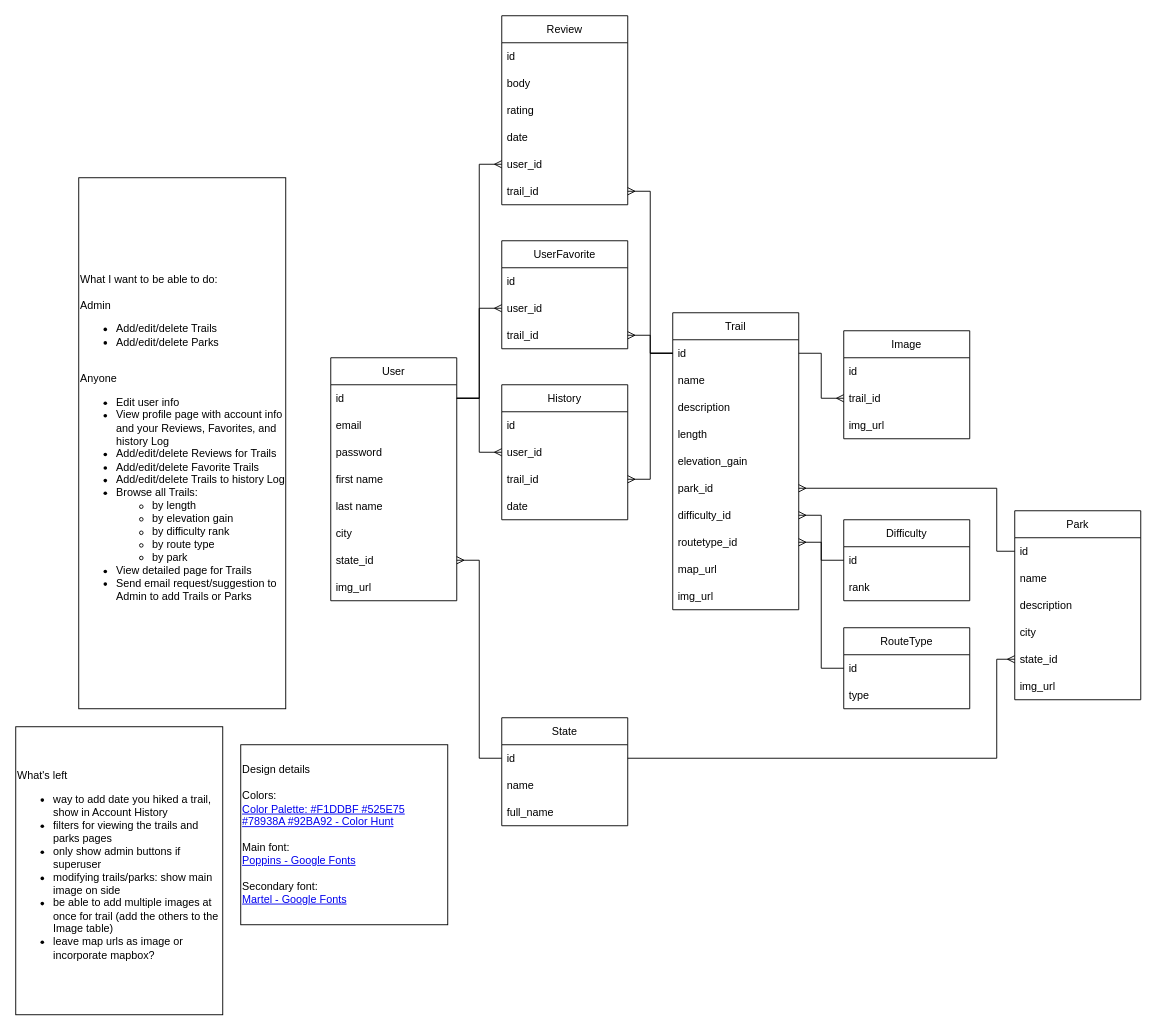
This is planning/HikingVentures Brainstorming.drawio from gdbecker/HikingVentures, a draw.io file, before an edit. Source tidied: cells renumbered, new cells numbered last; positions are measured from the earlier drawing's top-left corner, leaving out a move shared by most shapes. Both pictures are drawn from the tidied source at 90%, with x=0, y=0 at pixel (15, 15).
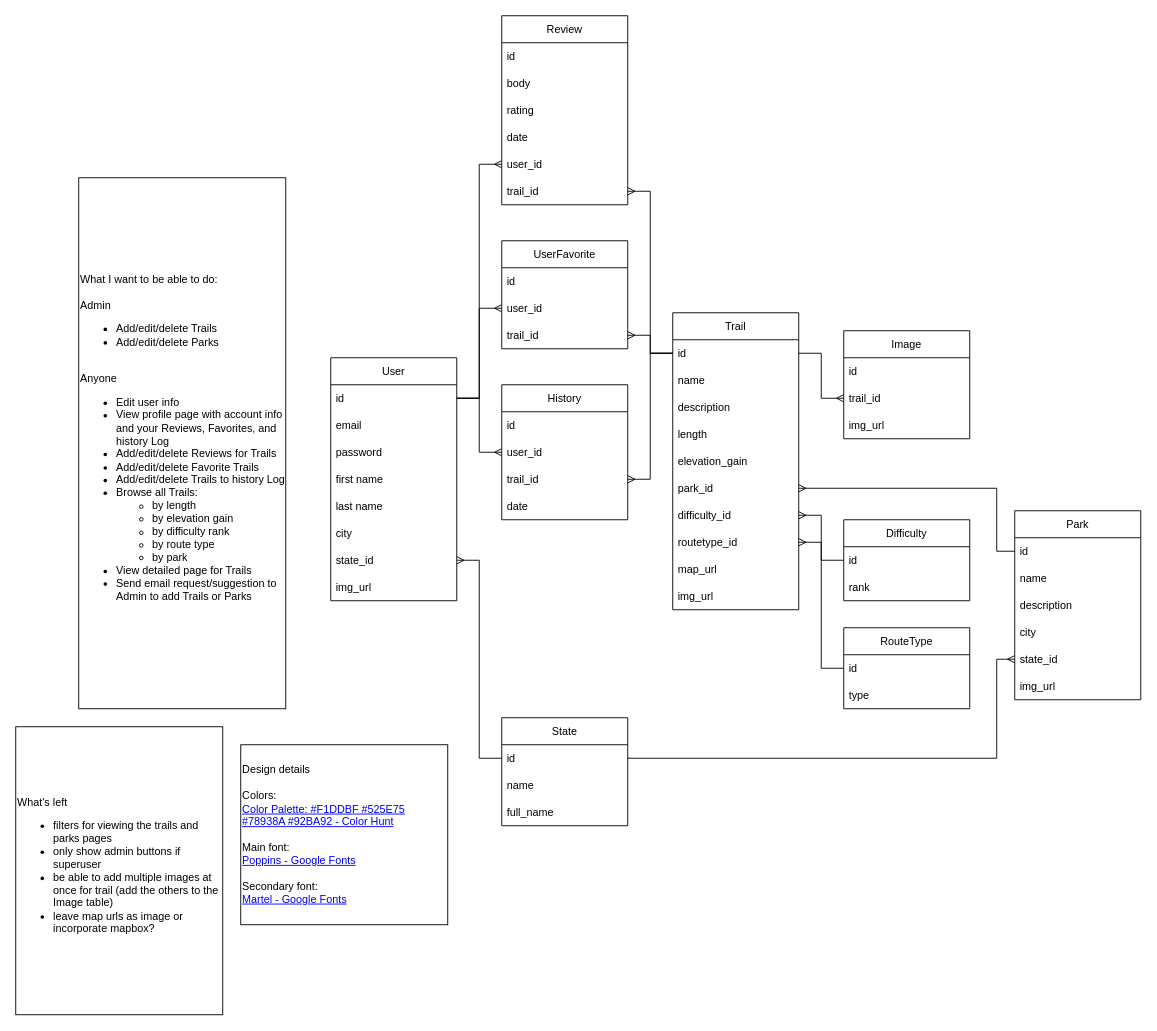
Above is the later version.

Diff of the diagram source:
```diff
@@
-    <mxCell id="73" value="What's left&lt;br&gt;&lt;ul&gt;&lt;li&gt;way to add date you hiked a trail, show in Account History&lt;/li&gt;&lt;li&gt;filters for viewing the trails and parks pages&lt;/li&gt;&lt;li&gt;only show admin buttons if superuser&lt;/li&gt;&lt;li&gt;modifying trails/parks: show main image on side&lt;/li&gt;&lt;li&gt;be able to add multiple images at once for trail (add the others to the Image table)&lt;/li&gt;&lt;li&gt;leave map urls as image or incorporate mapbox?&lt;/li&gt;&lt;/ul&gt;" style="rounded=0;whiteSpace=wrap;html=1;align=left;" parent="1" vertex="1">
+    <mxCell id="73" value="What's left&lt;br&gt;&lt;ul&gt;&lt;li&gt;filters for viewing the trails and parks pages&lt;/li&gt;&lt;li&gt;only show admin buttons if superuser&lt;/li&gt;&lt;li&gt;be able to add multiple images at once for trail (add the others to the Image table)&lt;/li&gt;&lt;li&gt;leave map urls as image or incorporate mapbox?&lt;/li&gt;&lt;/ul&gt;" style="rounded=0;whiteSpace=wrap;html=1;align=left;" parent="1" vertex="1">
       <mxGeometry y="790" width="230" height="320" as="geometry" />
     </mxCell>
```
